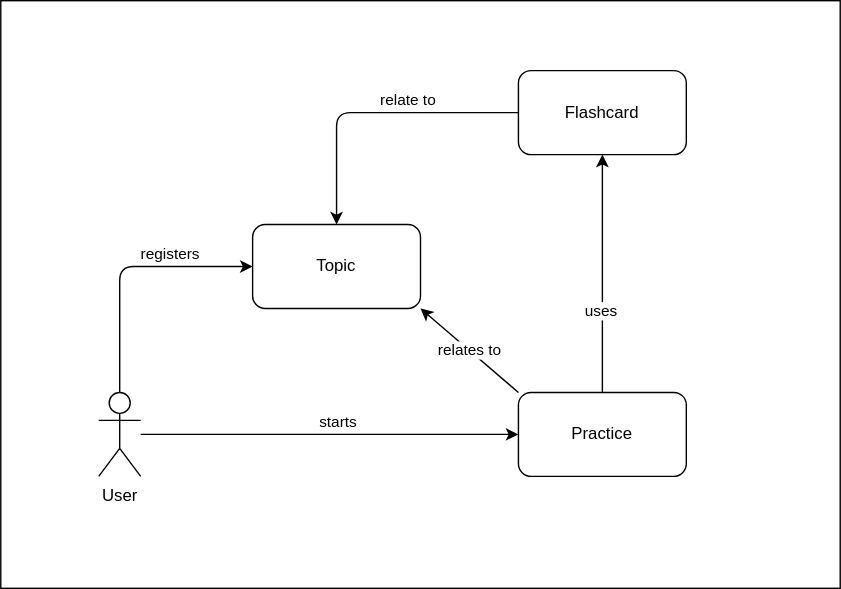
Above: docs/drawings/model.drawio.svg in nicolasances/tome (draw.io), before the change. Source tidied: cells renumbered, new cells last; positions are measured from the earlier drawing's top-left corner, leaving out a move shared by most shapes.
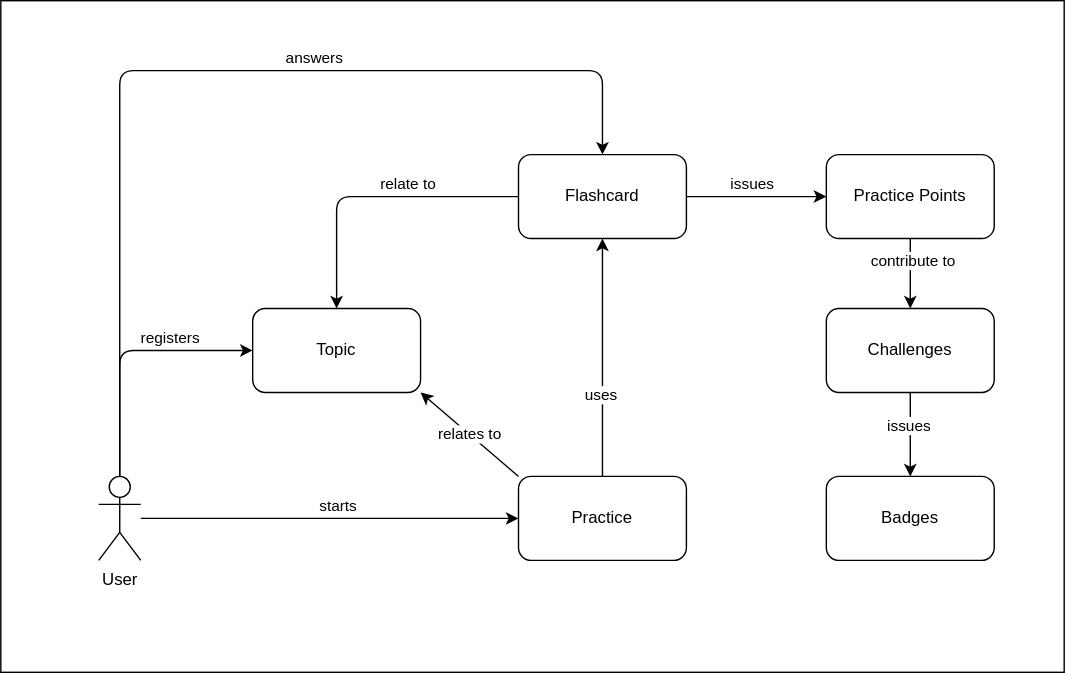
After the change.

Diff of the diagram source:
```diff
@@ -29,6 +29,14 @@
     <mxCell id="8" value="relates to" style="edgeStyle=none;html=1;exitX=0;exitY=0;exitDx=0;exitDy=0;entryX=1;entryY=1;entryDx=0;entryDy=0;" parent="1" edge="1" source="9" target="2">
       <mxGeometry relative="1" as="geometry" />
     </mxCell>
+    <mxCell id="16" style="edgeStyle=none;html=1;exitX=1;exitY=0.5;exitDx=0;exitDy=0;" parent="1" edge="1" source="5" target="22">
+      <mxGeometry relative="1" as="geometry" />
+    </mxCell>
+    <mxCell id="17" value="issues" style="edgeLabel;html=1;align=center;verticalAlign=middle;" parent="16" vertex="1">
+      <mxGeometry x="-0.08" relative="1" as="geometry">
+        <mxPoint y="-10" as="offset" />
+      </mxGeometry>
+    </mxCell>
     <mxCell id="9" value="Practice" style="rounded=1;whiteSpace=wrap;html=1;" parent="1" vertex="1">
       <mxGeometry x="370" y="280" width="120" height="60" as="geometry" />
     </mxCell>
@@ -52,11 +60,45 @@
         <mxPoint x="-5" y="-14" as="offset" />
       </mxGeometry>
     </mxCell>
+    <mxCell id="18" style="edgeStyle=none;html=1;entryX=0.5;entryY=0;entryDx=0;entryDy=0;" parent="1" edge="1" source="14" target="5">
+      <mxGeometry relative="1" as="geometry">
+        <Array as="points">
+          <mxPoint x="85" y="-10" />
+          <mxPoint x="430" y="-10" />
+        </Array>
+      </mxGeometry>
+    </mxCell>
+    <mxCell id="19" value="answers" style="edgeLabel;html=1;align=center;verticalAlign=middle;" parent="18" vertex="1">
+      <mxGeometry x="0.24" y="-3" relative="1" as="geometry">
+        <mxPoint y="-13" as="offset" />
+      </mxGeometry>
+    </mxCell>
     <mxCell id="14" value="User" style="shape=umlActor;verticalLabelPosition=bottom;verticalAlign=top;html=1;outlineConnect=0;" parent="1" vertex="1">
       <mxGeometry x="70" y="280" width="30" height="60" as="geometry" />
     </mxCell>
     <mxCell id="15" style="rounded=0;whiteSpace=wrap;html=1;fillColor=none;" parent="1" vertex="1">
-      <mxGeometry width="600" height="420" as="geometry" />
+      <mxGeometry y="-60" width="760" height="480" as="geometry" />
     </mxCell>
+    <mxCell id="20" style="edgeStyle=none;html=1;" parent="1" edge="1" source="22" target="26">
+      <mxGeometry relative="1" as="geometry" />
+    </mxCell>
+    <mxCell id="21" value="contribute to" style="edgeLabel;html=1;align=center;verticalAlign=middle;" parent="20" vertex="1">
+      <mxGeometry x="-0.38" y="1" relative="1" as="geometry" />
+    </mxCell>
+    <mxCell id="22" value="Practice Points" style="rounded=1;whiteSpace=wrap;html=1;" parent="1" vertex="1">
+      <mxGeometry x="590" y="50" width="120" height="60" as="geometry" />
+    </mxCell>
+    <mxCell id="23" value="Badges" style="rounded=1;whiteSpace=wrap;html=1;" parent="1" vertex="1">
+      <mxGeometry x="590" y="280" width="120" height="60" as="geometry" />
+    </mxCell>
+    <mxCell id="24" style="edgeStyle=none;html=1;entryX=0.5;entryY=0;entryDx=0;entryDy=0;" parent="1" edge="1" source="26" target="23">
+      <mxGeometry relative="1" as="geometry" />
+    </mxCell>
+    <mxCell id="25" value="issues" style="edgeLabel;html=1;align=center;verticalAlign=middle;" parent="24" vertex="1">
+      <mxGeometry x="-0.22" y="-2" relative="1" as="geometry" />
+    </mxCell>
+    <mxCell id="26" value="Challenges" style="rounded=1;whiteSpace=wrap;html=1;" parent="1" vertex="1">
+      <mxGeometry x="590" y="160" width="120" height="60" as="geometry" />
+    </mxCell>
   </root>
 </mxGraphModel>
```
